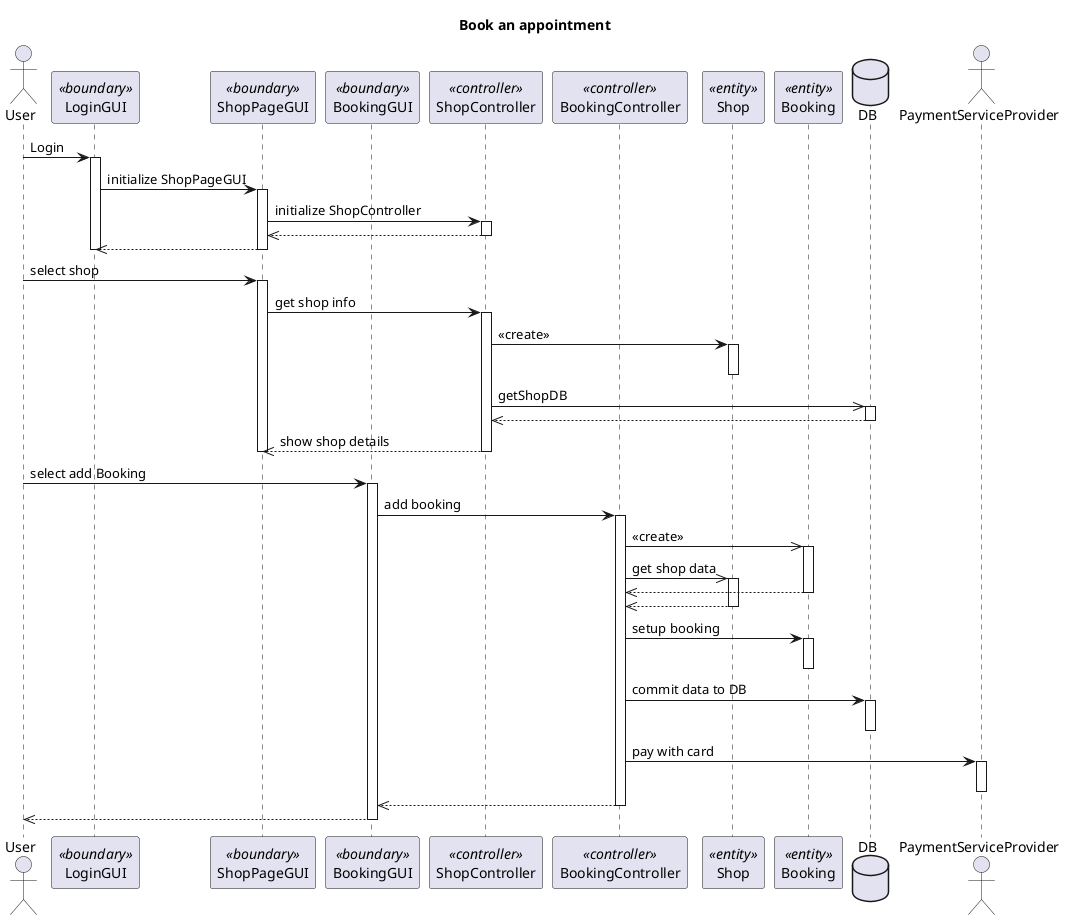
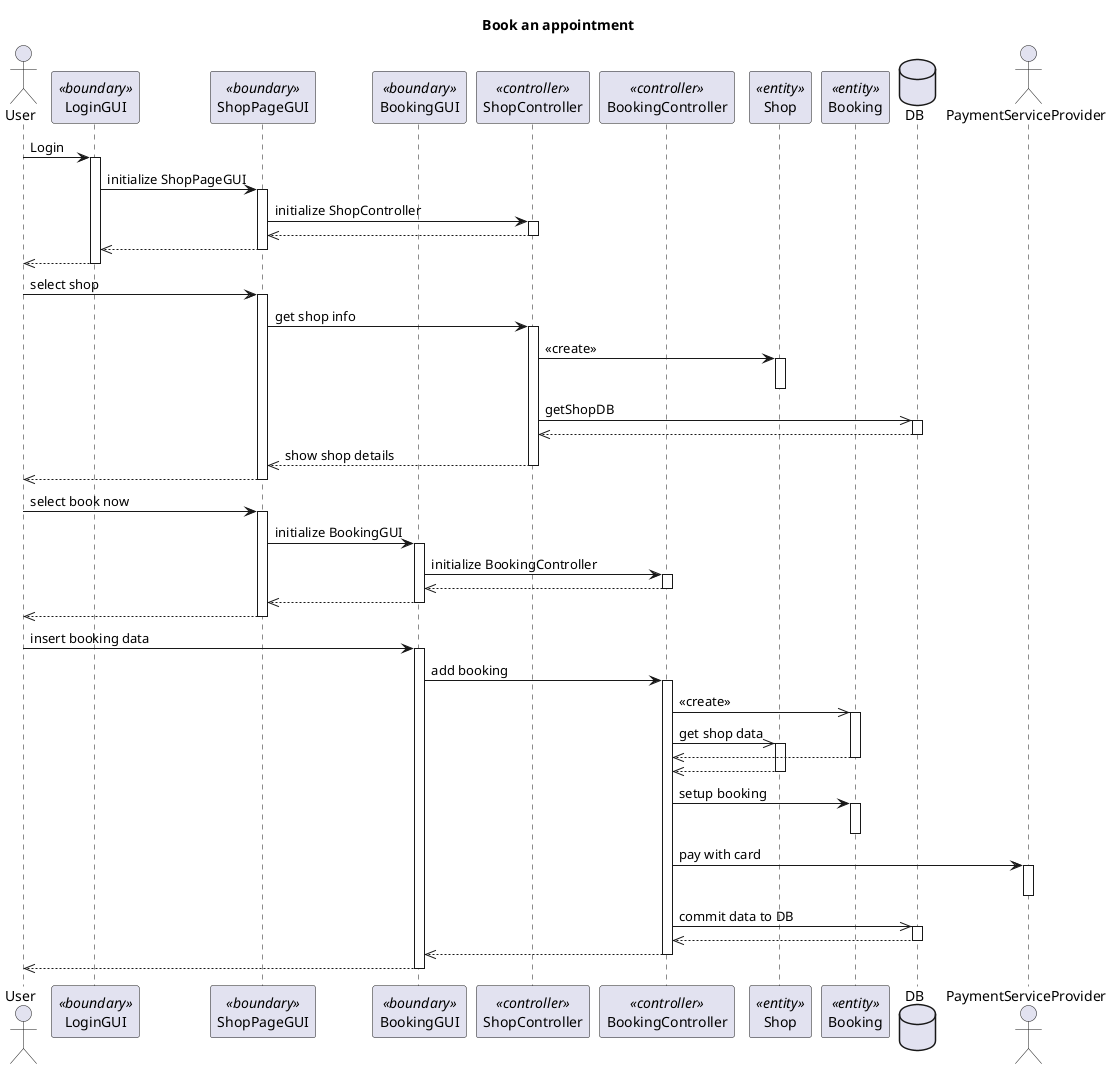
@startuml

title Book an appointment

actor User
participant LoginGUI <<boundary>>
participant ShopPageGUI <<boundary>>
participant BookingGUI <<boundary>>
participant ShopController <<controller>>
participant BookingController <<controller>>
participant Shop <<entity>>
participant Booking <<entity>>
database DB
actor PaymentServiceProvider


User -> LoginGUI ++: Login

LoginGUI -> ShopPageGUI ++ :  initialize ShopPageGUI
ShopPageGUI -> ShopController ++ :  initialize ShopController

ShopController -->> ShopPageGUI --:
ShopPageGUI -->> LoginGUI --:
- deactivate LoginGUI
+ LoginGUI -->> User --:

User -> ShopPageGUI ++: select shop
ShopPageGUI -> ShopController ++: get shop info
ShopController -> Shop ++: <<create>>
deactivate Shop

ShopController ->> DB ++: getShopDB
DB -->> ShopController --
ShopController -->> ShopPageGUI --: show shop details
- deactivate ShopPageGUI
+ ShopPageGUI -->> User --:

- User -> BookingGUI ++: select add Booking
+ User -> ShopPageGUI ++: select book now

+ ShopPageGUI -> BookingGUI ++: initialize BookingGUI
+ BookingGUI -> BookingController++: initialize BookingController
+ BookingController -->> BookingGUI --:
+ BookingGUI -->> ShopPageGUI --:
+ ShopPageGUI -->> User --:
+ 
+ User -> BookingGUI ++: insert booking data
BookingGUI -> BookingController ++: add booking

BookingController ->> Booking ++: <<create>>
BookingController ->> Shop ++: get shop data
Booking -->> BookingController --
Shop -->> BookingController --

BookingController -> Booking ++: setup booking
deactivate Booking

- BookingController -> DB ++: commit data to DB
- deactivate DB
- 
BookingController -> PaymentServiceProvider ++: pay with card
deactivate PaymentServiceProvider
+ BookingController ->> DB ++: commit data to DB
+ DB -->> BookingController --:

BookingController -->> BookingGUI

deactivate BookingController

BookingGUI -->> User

deactivate BookingGUI

@enduml
